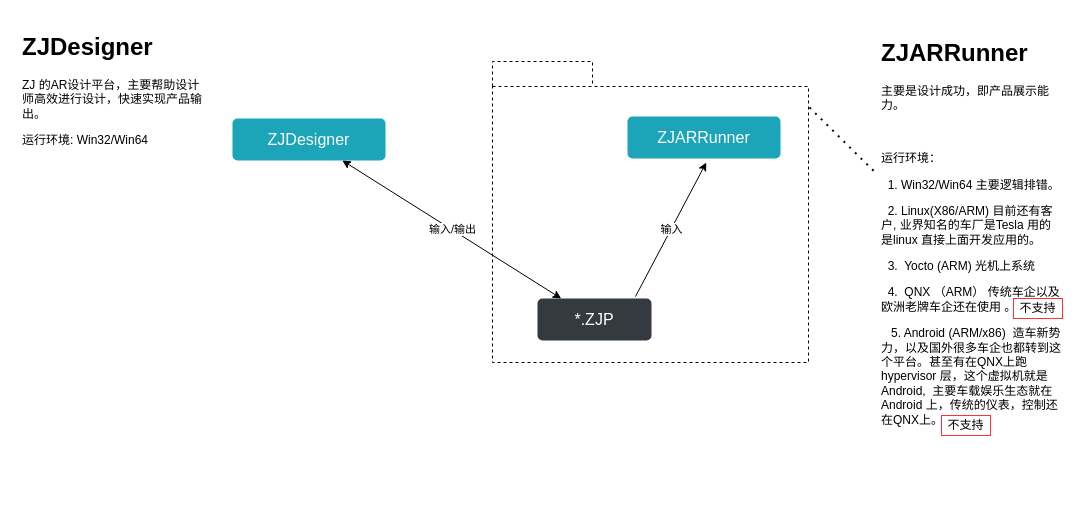
This is 图形平台.drawio from Evan2698/WorkFlowItem, a draw.io file, before an edit. Source tidied: cells renumbered, new cells numbered last; positions are measured from the earlier drawing's top-left corner, leaving out a move shared by most shapes. Both pictures are drawn from the tidied source at 100%, with x=0, y=0 at pixel (17, 27).
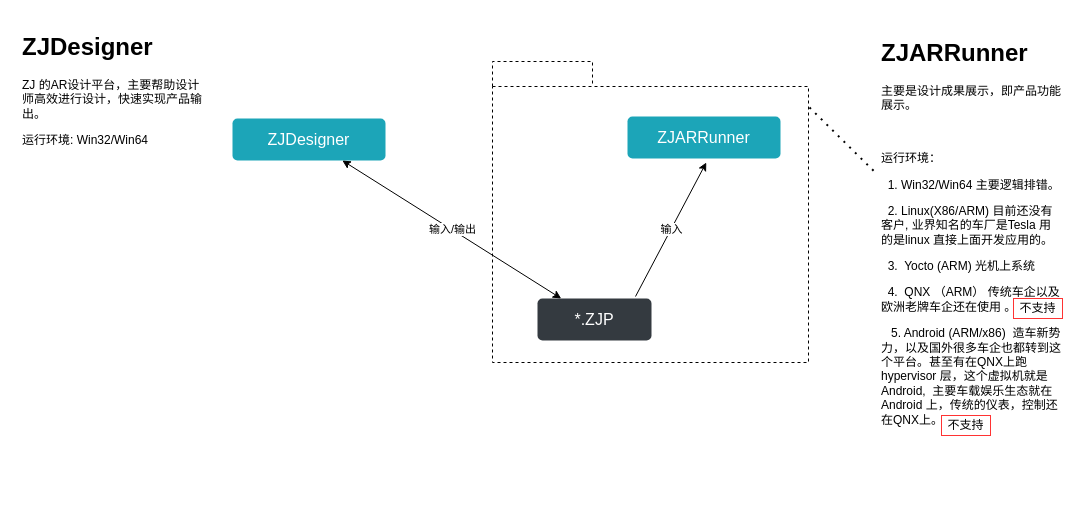
The same diagram, later.

Commit message:
更新图形平台.drawio

What changed in the source:
```diff
@@
 <mxGraphModel>
   <root>
     <mxCell id="0" />
     <mxCell id="1" parent="0" />
     <mxCell id="2" style="shape=folder;spacingTop=10;tabWidth=100;tabHeight=25;tabPosition=left;html=1;dashed=1;" parent="1" vertex="1">
       <mxGeometry x="475" y="34" width="316" height="301" as="geometry" />
     </mxCell>
     <mxCell id="3" value="ZJARRunner" style="html=1;shadow=0;dashed=0;shape=mxgraph.bootstrap.rrect;rSize=5;strokeColor=none;strokeWidth=1;fillColor=#1CA5B8;fontColor=#FFFFFF;whiteSpace=wrap;align=center;verticalAlign=middle;spacingLeft=0;fontStyle=0;fontSize=16;spacing=5;" parent="1" vertex="1">
       <mxGeometry x="610" y="89" width="153" height="42" as="geometry" />
     </mxCell>
     <mxCell id="4" value="ZJDesigner" style="html=1;shadow=0;dashed=0;shape=mxgraph.bootstrap.rrect;rSize=5;strokeColor=none;strokeWidth=1;fillColor=#1CA5B8;fontColor=#FFFFFF;whiteSpace=wrap;align=center;verticalAlign=middle;spacingLeft=0;fontStyle=0;fontSize=16;spacing=5;" parent="1" vertex="1">
       <mxGeometry x="215" y="91" width="153" height="42" as="geometry" />
     </mxCell>
     <mxCell id="5" value="*.ZJP" style="html=1;shadow=0;dashed=0;shape=mxgraph.bootstrap.rrect;rSize=5;strokeColor=none;strokeWidth=1;fillColor=#343A40;fontColor=#ffffff;whiteSpace=wrap;align=center;verticalAlign=middle;spacingLeft=0;fontStyle=0;fontSize=16;spacing=5;" parent="1" vertex="1">
       <mxGeometry x="520" y="271" width="114" height="42" as="geometry" />
     </mxCell>
     <mxCell id="6" value="输入/输出&lt;br&gt;" style="endArrow=classic;startArrow=classic;html=1;rounded=0;elbow=vertical;strokeColor=#000000;" parent="1" edge="1" source="5" target="4">
       <mxGeometry relative="1" as="geometry" />
     </mxCell>
     <mxCell id="7" value="输入" style="endArrow=classic;html=1;rounded=0;strokeColor=#000000;elbow=vertical;entryX=0.515;entryY=1.095;entryDx=0;entryDy=0;entryPerimeter=0;" parent="1" edge="1" target="3">
       <mxGeometry relative="1" as="geometry">
         <mxPoint x="618" y="269" as="sourcePoint" />
       </mxGeometry>
     </mxCell>
     <mxCell id="8" value="&lt;h1&gt;ZJDesigner&lt;/h1&gt;&lt;p&gt;ZJ 的AR设计平台，主要帮助设计师高效进行设计，快速实现产品输出。&lt;/p&gt;&lt;p&gt;运行环境: Win32/Win64&lt;/p&gt;&lt;p&gt;&lt;br&gt;&lt;/p&gt;" style="text;html=1;strokeColor=none;fillColor=none;spacing=5;spacingTop=-20;whiteSpace=wrap;overflow=hidden;rounded=0;" parent="1" vertex="1">
       <mxGeometry width="190" height="120" as="geometry" />
     </mxCell>
     <mxCell id="9" style="endArrow=none;dashed=1;html=1;dashPattern=1 3;strokeWidth=2;rounded=0;elbow=vertical;" parent="1" edge="1" target="10">
       <mxGeometry relative="1" as="geometry">
         <mxPoint x="792" y="80" as="sourcePoint" />
       </mxGeometry>
     </mxCell>
-    <mxCell id="10" value="&lt;h1&gt;ZJARRunner&lt;/h1&gt;&lt;p&gt;主要是设计成功，即产品展示能力。&lt;/p&gt;&lt;p&gt;&lt;br&gt;&lt;/p&gt;&lt;p&gt;运行环境：&lt;/p&gt;&lt;p&gt;&amp;nbsp; 1. Win32/Win64 主要逻辑排错。&lt;/p&gt;&lt;p&gt;&amp;nbsp; 2. Linux(X86/ARM) 目前还有客户, 业界知名的车厂是Tesla 用的是linux 直接上面开发应用的。&lt;/p&gt;&lt;p&gt;&amp;nbsp; 3.&amp;nbsp; Yocto (ARM) 光机上系统&lt;/p&gt;&lt;p&gt;&amp;nbsp; 4.&amp;nbsp; QNX （ARM） 传统车企以及欧洲老牌车企还在使用 。&amp;nbsp;&lt;/p&gt;&lt;p&gt;&amp;nbsp; &amp;nbsp;5. Android (ARM/x86)&amp;nbsp; 造车新势力，以及国外很多车企也都转到这个平台。甚至有在QNX上跑hypervisor 层，这个虚拟机就是Android,&amp;nbsp; 主要车载娱乐生态就在Android 上，传统的仪表，控制还在QNX上。&lt;/p&gt;&lt;p&gt;&amp;nbsp;&lt;/p&gt;" style="text;html=1;strokeColor=none;fillColor=none;spacing=5;spacingTop=-20;whiteSpace=wrap;overflow=hidden;rounded=0;" parent="1" vertex="1">
+    <mxCell id="10" value="&lt;h1&gt;ZJARRunner&lt;/h1&gt;&lt;p&gt;主要是设计成果展示，即产品功能展示。&lt;/p&gt;&lt;p&gt;&lt;br&gt;&lt;/p&gt;&lt;p&gt;运行环境：&lt;/p&gt;&lt;p&gt;&amp;nbsp; 1. Win32/Win64 主要逻辑排错。&lt;/p&gt;&lt;p&gt;&amp;nbsp; 2. Linux(X86/ARM) 目前还没有客户, 业界知名的车厂是Tesla 用的是linux 直接上面开发应用的。&lt;/p&gt;&lt;p&gt;&amp;nbsp; 3.&amp;nbsp; Yocto (ARM) 光机上系统&lt;/p&gt;&lt;p&gt;&amp;nbsp; 4.&amp;nbsp; QNX （ARM） 传统车企以及欧洲老牌车企还在使用 。&amp;nbsp;&lt;/p&gt;&lt;p&gt;&amp;nbsp; &amp;nbsp;5. Android (ARM/x86)&amp;nbsp; 造车新势力，以及国外很多车企也都转到这个平台。甚至有在QNX上跑hypervisor 层，这个虚拟机就是Android,&amp;nbsp; 主要车载娱乐生态就在Android 上，传统的仪表，控制还在QNX上。&lt;/p&gt;&lt;p&gt;&amp;nbsp;&lt;/p&gt;" style="text;html=1;strokeColor=none;fillColor=none;spacing=5;spacingTop=-20;whiteSpace=wrap;overflow=hidden;rounded=0;" parent="1" vertex="1">
       <mxGeometry x="859" y="6" width="190" height="468" as="geometry" />
     </mxCell>
     <mxCell id="11" value="不支持" style="text;html=1;strokeColor=#FF3333;fillColor=none;align=center;verticalAlign=middle;whiteSpace=wrap;rounded=0;" parent="1" vertex="1">
       <mxGeometry x="924" y="388" width="49" height="20" as="geometry" />
     </mxCell>
     <mxCell id="12" value="不支持" style="text;html=1;strokeColor=#FF3333;fillColor=none;align=center;verticalAlign=middle;whiteSpace=wrap;rounded=0;" parent="1" vertex="1">
       <mxGeometry x="996" y="271" width="49" height="20" as="geometry" />
     </mxCell>
   </root>
 </mxGraphModel>
```
